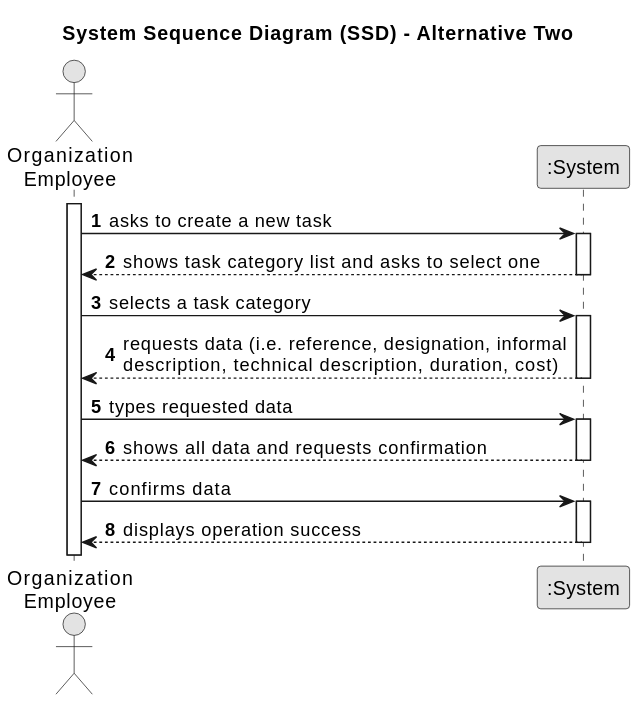
The PlantUML diagram docs/sprintA&B&C/us021/01.requirements-engineering/svg/us006-system-sequence-diagram-alternative-two.svg in daniel41silva05/ISEP_2023_2024_LAPR2, before a commit. Source of this version:
```plantuml
@startuml
skinparam monochrome true
skinparam packageStyle rectangle
skinparam shadowing false

title System Sequence Diagram (SSD) - Alternative Two

autonumber

actor "Organization\nEmployee" as Employee
participant ":System" as System

activate Employee

    Employee -> System : asks to create a new task
    activate System

        System --> Employee : shows task category list and asks to select one
    deactivate System

    Employee -> System : selects a task category
    activate System

        System --> Employee : requests data (i.e. reference, designation, informal\ndescription, technical description, duration, cost)
    deactivate System

    Employee -> System : types requested data
    activate System

        System --> Employee : shows all data and requests confirmation
    deactivate System

    Employee -> System : confirms data
    activate System

        System --> Employee : displays operation success
    deactivate System
@enduml
```
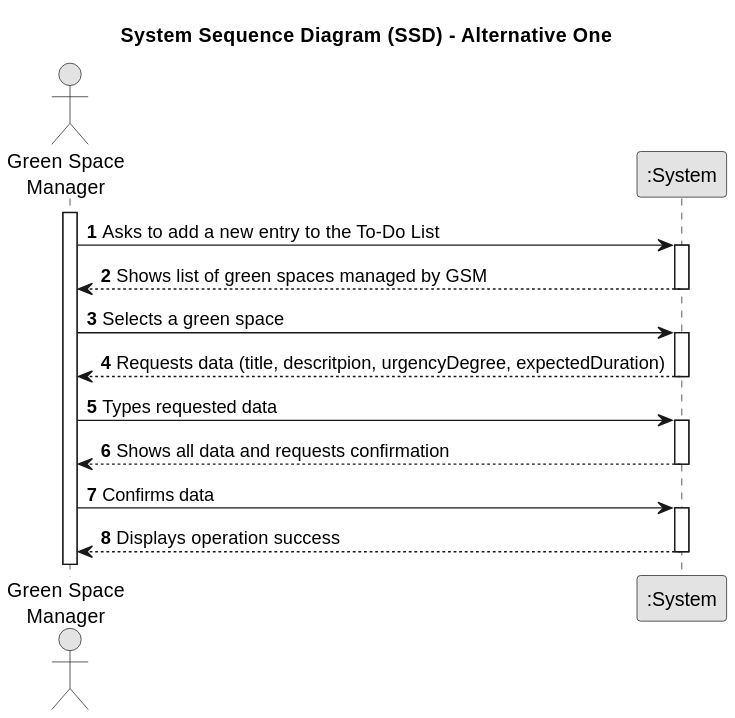
After the change.

What changed in the source:
```diff
@@ -3,36 +3,36 @@
 skinparam packageStyle rectangle
 skinparam shadowing false
 
-title System Sequence Diagram (SSD) - Alternative Two
+title System Sequence Diagram (SSD) - Alternative One
 
 autonumber
 
-actor "Organization\nEmployee" as Employee
+actor "Green Space\nManager" as GSM
 participant ":System" as System
 
-activate Employee
+activate GSM
 
-    Employee -> System : asks to create a new task
+    GSM -> System : Asks to add a new entry to the To-Do List
     activate System
 
-        System --> Employee : shows task category list and asks to select one
+        System --> GSM : Shows list of green spaces managed by GSM
     deactivate System
 
-    Employee -> System : selects a task category
+    GSM -> System : Selects a green space
     activate System
 
-        System --> Employee : requests data (i.e. reference, designation, informal\ndescription, technical description, duration, cost)
+        System --> GSM : Requests data (title, descritpion, urgencyDegree, expectedDuration)
     deactivate System
 
-    Employee -> System : types requested data
+    GSM -> System : Types requested data
     activate System
 
-        System --> Employee : shows all data and requests confirmation
+        System --> GSM : Shows all data and requests confirmation
     deactivate System
 
-    Employee -> System : confirms data
+    GSM -> System : Confirms data
     activate System
 
-        System --> Employee : displays operation success
+        System --> GSM : Displays operation success
     deactivate System
 @enduml
```
